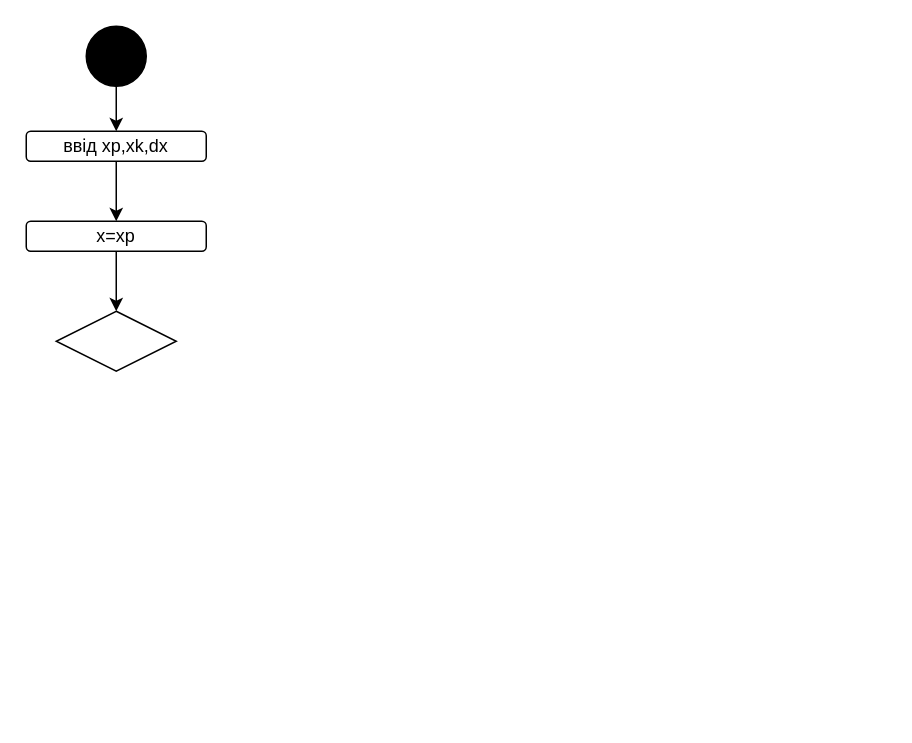
The draw.io diagram page "Страница 2" (2 of 2) of Діаграма без назви.drawio in Sofiia213/4.2, before the edit. Source tidied: cells renumbered, new cells numbered last; positions are measured from the earlier drawing's top-left corner, leaving out a move shared by most shapes. Both pictures are drawn from the tidied source at 150%, with x=0, y=0 at pixel (26, 26).
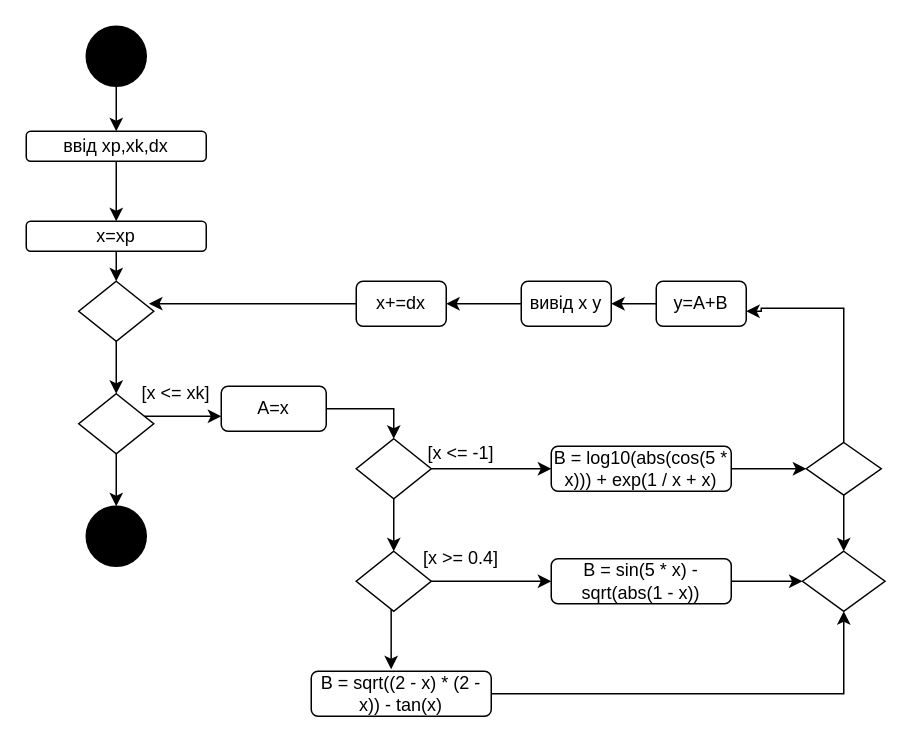
The same page after the edit.

The change refers to these unchanged cells:
```xml
<mxCell id="7" value="x=xp" style="rounded=1;whiteSpace=wrap;html=1;fillColor=#FFFFFF;" parent="1" vertex="1">
  <mxGeometry y="130" width="120" height="20" as="geometry" />
</mxCell>
```

What changed in the source:
```diff
@@
-    <mxCell id="6" style="edgeStyle=orthogonalEdgeStyle;rounded=0;jettySize=auto;html=1;" parent="1" edge="1" source="7">
+    <mxCell id="6" style="edgeStyle=orthogonalEdgeStyle;rounded=0;jettySize=auto;html=1;entryX=0.5;entryY=0;entryDx=0;entryDy=0;" parent="1" edge="1" source="7" target="32">
       <mxGeometry relative="1" as="geometry">
-        <mxPoint x="60" y="190" as="targetPoint" />
+        <Array as="points">
+          <mxPoint x="60" y="170" />
+          <mxPoint x="60" y="170" />
+        </Array>
       </mxGeometry>
     </mxCell>
@@
+    <mxCell id="9" style="edgeStyle=orthogonalEdgeStyle;rounded=0;jettySize=auto;html=1;" parent="1" edge="1" source="8" target="12">
+      <mxGeometry relative="1" as="geometry">
+        <Array as="points">
+          <mxPoint x="90" y="260" />
+          <mxPoint x="90" y="260" />
+        </Array>
+      </mxGeometry>
+    </mxCell>
+    <mxCell id="10" style="edgeStyle=orthogonalEdgeStyle;rounded=0;jettySize=auto;html=1;" parent="1" edge="1" source="8">
+      <mxGeometry relative="1" as="geometry">
+        <mxPoint x="60" y="320" as="targetPoint" />
+        <Array as="points">
+          <mxPoint x="60" y="320" />
+        </Array>
+      </mxGeometry>
+    </mxCell>
     <mxCell id="8" style="rhombus;whiteSpace=wrap;html=1;fillColor=#FFFFFF;" parent="1" vertex="1">
-      <mxGeometry x="20" y="190" width="80" height="40" as="geometry" />
+      <mxGeometry x="35" y="245" width="50" height="40" as="geometry" />
     </mxCell>
+    <mxCell id="11" style="edgeStyle=orthogonalEdgeStyle;rounded=0;jettySize=auto;html=1;" parent="1" edge="1" source="12" target="15">
+      <mxGeometry relative="1" as="geometry" />
+    </mxCell>
+    <mxCell id="12" value="A=x" style="rounded=1;whiteSpace=wrap;html=1;fillColor=#FFFFFF;" parent="1" vertex="1">
+      <mxGeometry x="130" y="240" width="70" height="30" as="geometry" />
+    </mxCell>
+    <mxCell id="13" style="edgeStyle=orthogonalEdgeStyle;rounded=0;jettySize=auto;html=1;entryX=0;entryY=0.5;entryDx=0;entryDy=0;" parent="1" edge="1" source="15" target="17">
+      <mxGeometry relative="1" as="geometry" />
+    </mxCell>
+    <mxCell id="14" style="edgeStyle=orthogonalEdgeStyle;rounded=0;jettySize=auto;html=1;" parent="1" edge="1" source="15" target="21">
+      <mxGeometry relative="1" as="geometry" />
+    </mxCell>
+    <mxCell id="15" style="rhombus;whiteSpace=wrap;html=1;fillColor=#FFFFFF;" parent="1" vertex="1">
+      <mxGeometry x="220" y="275" width="50" height="40" as="geometry" />
+    </mxCell>
+    <mxCell id="16" style="edgeStyle=orthogonalEdgeStyle;rounded=0;jettySize=auto;html=1;" parent="1" edge="1" source="17" target="29">
+      <mxGeometry relative="1" as="geometry" />
+    </mxCell>
+    <mxCell id="17" value="B = log10(abs(cos(5 * x))) + exp(1 / x + x)" style="rounded=1;whiteSpace=wrap;html=1;fillColor=#FFFFFF;" parent="1" vertex="1">
+      <mxGeometry x="350" y="280" width="120" height="30" as="geometry" />
+    </mxCell>
+    <mxCell id="18" value="[x &amp;lt;= -1]" style="text;html=1;strokeColor=none;fillColor=none;align=center;verticalAlign=middle;whiteSpace=wrap;rounded=0;" parent="1" vertex="1">
+      <mxGeometry x="260" y="270" width="60" height="30" as="geometry" />
+    </mxCell>
+    <mxCell id="19" style="edgeStyle=orthogonalEdgeStyle;rounded=0;jettySize=auto;html=1;" parent="1" edge="1" source="21" target="23">
+      <mxGeometry relative="1" as="geometry" />
+    </mxCell>
+    <mxCell id="20" style="edgeStyle=orthogonalEdgeStyle;rounded=0;jettySize=auto;html=1;entryX=0.444;entryY=-0.043;entryDx=0;entryDy=0;entryPerimeter=0;" parent="1" edge="1" source="21" target="26">
+      <mxGeometry relative="1" as="geometry">
+        <Array as="points">
+          <mxPoint x="245" y="390" />
+          <mxPoint x="243" y="390" />
+          <mxPoint x="243" y="400" />
+        </Array>
+      </mxGeometry>
+    </mxCell>
+    <mxCell id="21" style="rhombus;whiteSpace=wrap;html=1;fillColor=#FFFFFF;" parent="1" vertex="1">
+      <mxGeometry x="220" y="350" width="50" height="40" as="geometry" />
+    </mxCell>
+    <mxCell id="22" style="edgeStyle=orthogonalEdgeStyle;rounded=0;jettySize=auto;html=1;exitX=1;exitY=0.5;exitDx=0;exitDy=0;" parent="1" edge="1" source="23" target="30">
+      <mxGeometry relative="1" as="geometry" />
+    </mxCell>
+    <mxCell id="23" value="B = sin(5 * x) - sqrt(abs(1 - x))" style="rounded=1;whiteSpace=wrap;html=1;fillColor=#FFFFFF;" parent="1" vertex="1">
+      <mxGeometry x="350" y="355" width="120" height="30" as="geometry" />
+    </mxCell>
+    <mxCell id="24" value="[x &amp;gt;= 0.4]" style="text;html=1;strokeColor=none;fillColor=none;align=center;verticalAlign=middle;whiteSpace=wrap;rounded=0;" parent="1" vertex="1">
+      <mxGeometry x="260" y="340" width="60" height="30" as="geometry" />
+    </mxCell>
+    <mxCell id="25" style="edgeStyle=orthogonalEdgeStyle;rounded=0;jettySize=auto;html=1;entryX=0.5;entryY=1;entryDx=0;entryDy=0;" parent="1" edge="1" source="26" target="30">
+      <mxGeometry relative="1" as="geometry" />
+    </mxCell>
+    <mxCell id="26" value="B = sqrt((2 - x) * (2 - x)) - tan(x)" style="rounded=1;whiteSpace=wrap;html=1;fillColor=#FFFFFF;" parent="1" vertex="1">
+      <mxGeometry x="190" y="430" width="120" height="30" as="geometry" />
+    </mxCell>
+    <mxCell id="27" style="edgeStyle=orthogonalEdgeStyle;rounded=0;jettySize=auto;html=1;entryX=0.5;entryY=0;entryDx=0;entryDy=0;" parent="1" edge="1" source="29" target="30">
+      <mxGeometry relative="1" as="geometry" />
+    </mxCell>
+    <mxCell id="28" style="edgeStyle=orthogonalEdgeStyle;rounded=0;jettySize=auto;html=1;" parent="1" edge="1" source="29">
+      <mxGeometry relative="1" as="geometry">
+        <mxPoint x="480" y="190" as="targetPoint" />
+        <Array as="points">
+          <mxPoint x="545" y="188" />
+          <mxPoint x="490" y="188" />
+          <mxPoint x="490" y="190" />
+        </Array>
+      </mxGeometry>
+    </mxCell>
+    <mxCell id="29" style="rhombus;whiteSpace=wrap;html=1;fillColor=#FFFFFF;" parent="1" vertex="1">
+      <mxGeometry x="520" y="277.5" width="50" height="35" as="geometry" />
+    </mxCell>
+    <mxCell id="30" style="rhombus;whiteSpace=wrap;html=1;fillColor=#FFFFFF;" parent="1" vertex="1">
+      <mxGeometry x="517.5" y="350" width="55" height="40" as="geometry" />
+    </mxCell>
+    <mxCell id="31" value="[x &amp;lt;= xk]" style="text;html=1;strokeColor=none;fillColor=none;align=center;verticalAlign=middle;whiteSpace=wrap;rounded=0;" parent="1" vertex="1">
+      <mxGeometry x="70" y="230" width="60" height="30" as="geometry" />
+    </mxCell>
+    <mxCell id="32" style="rhombus;whiteSpace=wrap;html=1;fillColor=#FFFFFF;" parent="1" vertex="1">
+      <mxGeometry x="35" y="170" width="50" height="40" as="geometry" />
+    </mxCell>
+    <mxCell id="33" style="endArrow=classic;html=1;rounded=0;exitX=0.5;exitY=1;exitDx=0;exitDy=0;entryX=0.5;entryY=0;entryDx=0;entryDy=0;" parent="1" edge="1" source="32" target="8">
+      <mxGeometry relative="1" as="geometry" />
+    </mxCell>
+    <mxCell id="34" style="edgeStyle=orthogonalEdgeStyle;rounded=0;jettySize=auto;html=1;" parent="1" edge="1" source="35" target="37">
+      <mxGeometry relative="1" as="geometry" />
+    </mxCell>
+    <mxCell id="35" value="y=A+B" style="rounded=1;whiteSpace=wrap;html=1;fillColor=#FFFFFF;" parent="1" vertex="1">
+      <mxGeometry x="420" y="170" width="60" height="30" as="geometry" />
+    </mxCell>
+    <mxCell id="36" style="edgeStyle=orthogonalEdgeStyle;rounded=0;jettySize=auto;html=1;" parent="1" edge="1" source="37" target="39">
+      <mxGeometry relative="1" as="geometry" />
+    </mxCell>
+    <mxCell id="37" value="вивід х у" style="rounded=1;whiteSpace=wrap;html=1;fillColor=#FFFFFF;" parent="1" vertex="1">
+      <mxGeometry x="330" y="170" width="60" height="30" as="geometry" />
+    </mxCell>
+    <mxCell id="38" style="edgeStyle=orthogonalEdgeStyle;rounded=0;jettySize=auto;html=1;entryX=0.936;entryY=0.373;entryDx=0;entryDy=0;entryPerimeter=0;" parent="1" edge="1" source="39" target="32">
+      <mxGeometry relative="1" as="geometry" />
+    </mxCell>
+    <mxCell id="39" value="x+=dx" style="rounded=1;whiteSpace=wrap;html=1;fillColor=#FFFFFF;" parent="1" vertex="1">
+      <mxGeometry x="220" y="170" width="60" height="30" as="geometry" />
+    </mxCell>
+    <mxCell id="40" style="ellipse;whiteSpace=wrap;html=1;fillColor=#000000;" parent="1" vertex="1">
+      <mxGeometry x="40" y="320" width="40" height="40" as="geometry" />
+    </mxCell>
```
